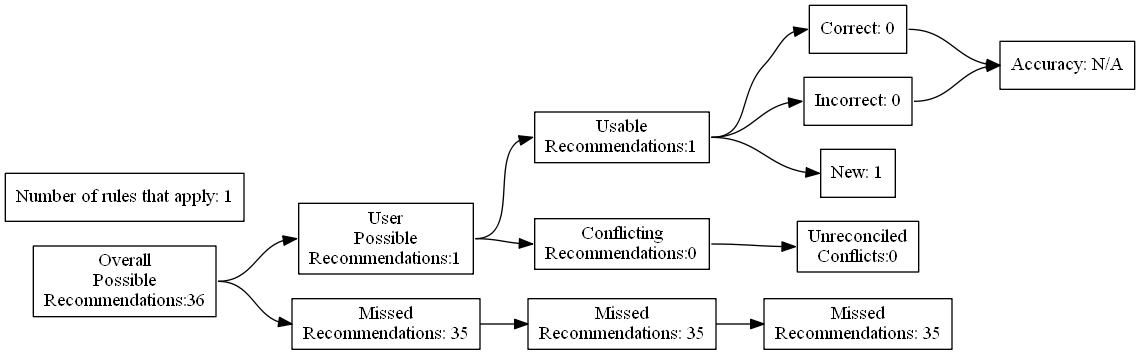
Before: test_renders/63.gv.png, a diagram exported from Graphviz (ZaxR/ibd_diet_analysis). Its source is kept beside it as test_renders/63.gv.
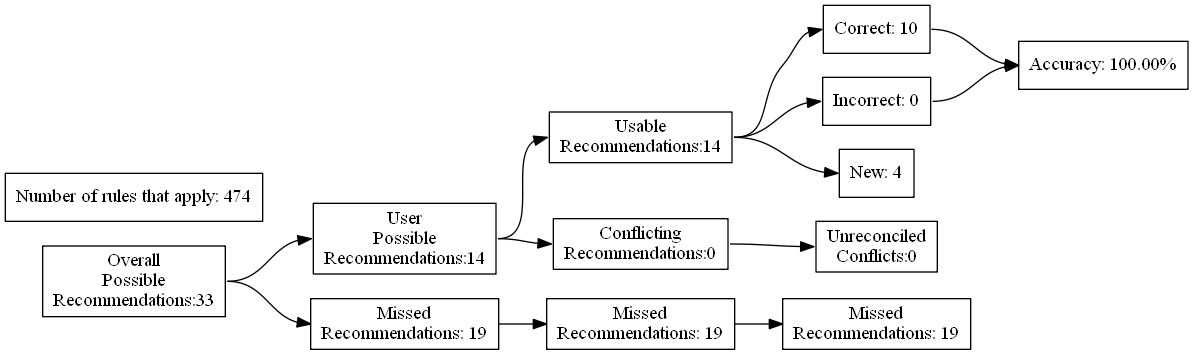
After the commit.

What changed in the source:
```diff
@@ -4,27 +4,27 @@
 	edge [headport=w tailport=e]
 		A [label="Overall
 Possible
-Recommendations:36"]
+Recommendations:33"]
 		B [label="User
 Possible
-Recommendations:1"]
+Recommendations:14"]
 		C [label="Missed
-Recommendations: 35"]
+Recommendations: 19"]
 		D [label="Usable
-Recommendations:1"]
+Recommendations:14"]
 		E [label="Conflicting
 Recommendations:0"]
 		J [label="Missed
-Recommendations: 35"]
+Recommendations: 19"]
 		M [label="Unreconciled
 Conflicts:0"]
-		F [label="Correct: 0"]
+		F [label="Correct: 10"]
 		G [label="Incorrect: 0"]
-		H [label="New: 1"]
+		H [label="New: 4"]
 		K [label="Missed
-Recommendations: 35"]
-		I [label="Accuracy: N/A"]
-		l [label="Number of rules that apply: 1"]
+Recommendations: 19"]
+		I [label="Accuracy: 100.00%"]
+		l [label="Number of rules that apply: 474"]
 			A -> B
 			A -> C
 			B -> D
```
